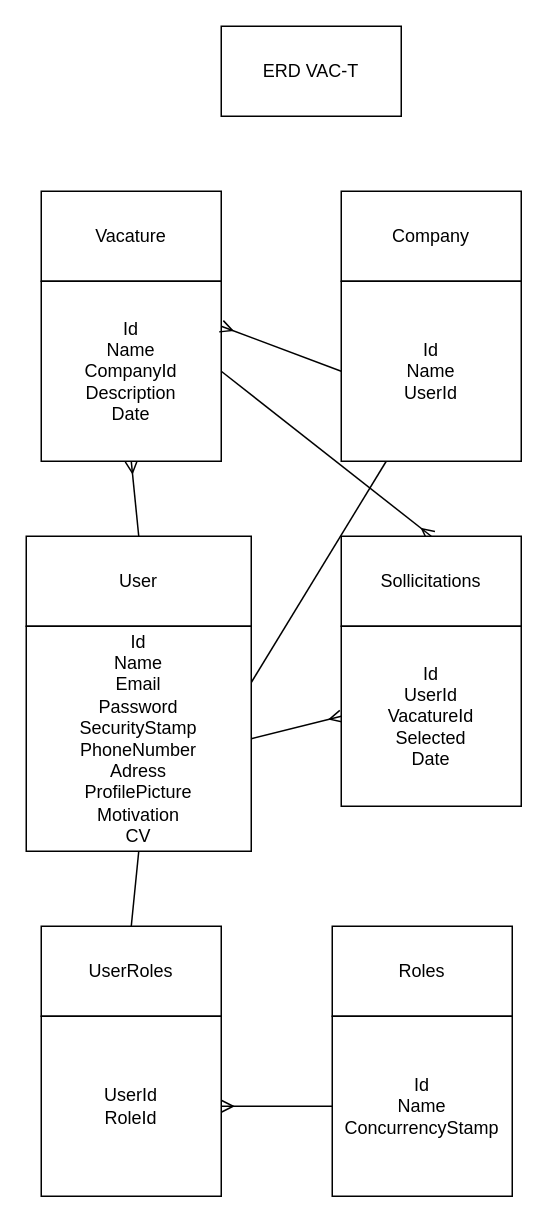
This is VAC!T/Diagrams/ERD.drawio from KevinSlieker/VAC-T, a draw.io file, before an edit. Source tidied: cells renumbered, new cells numbered last; positions are measured from the earlier drawing's top-left corner, leaving out a move shared by most shapes. Both pictures are drawn from the tidied source at 150%, with x=0, y=0 at pixel (26, 26).
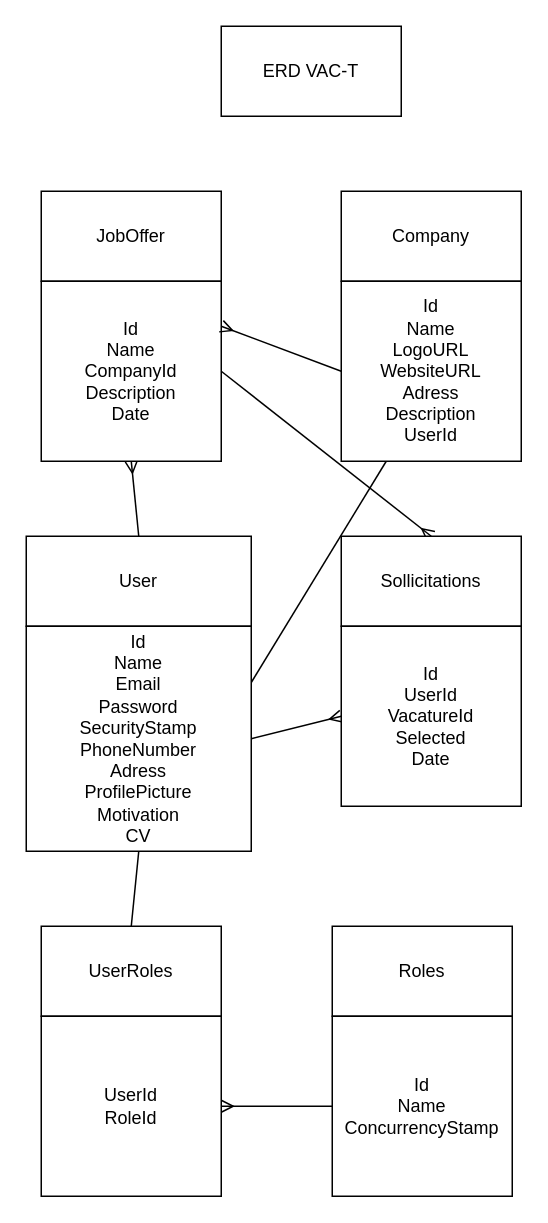
After the change.

The edit, as a diff of the source:
```diff
@@
-    <mxCell id="12" value="Vacature" style="rounded=0;whiteSpace=wrap;html=1;" parent="1" vertex="1">
+    <mxCell id="12" value="JobOffer" style="rounded=0;whiteSpace=wrap;html=1;" parent="1" vertex="1">
       <mxGeometry x="10" y="110" width="120" height="60" as="geometry" />
     </mxCell>
@@
-    <mxCell id="21" value="Id&lt;br&gt;Name&lt;br&gt;UserId" style="whiteSpace=wrap;html=1;" parent="1" vertex="1">
+    <mxCell id="21" value="Id&lt;br&gt;Name&lt;br&gt;LogoURL&lt;br&gt;WebsiteURL&lt;br&gt;Adress&lt;br&gt;Description&lt;br&gt;UserId" style="whiteSpace=wrap;html=1;" parent="1" vertex="1">
       <mxGeometry x="210" y="170" width="120" height="120" as="geometry" />
     </mxCell>
```
